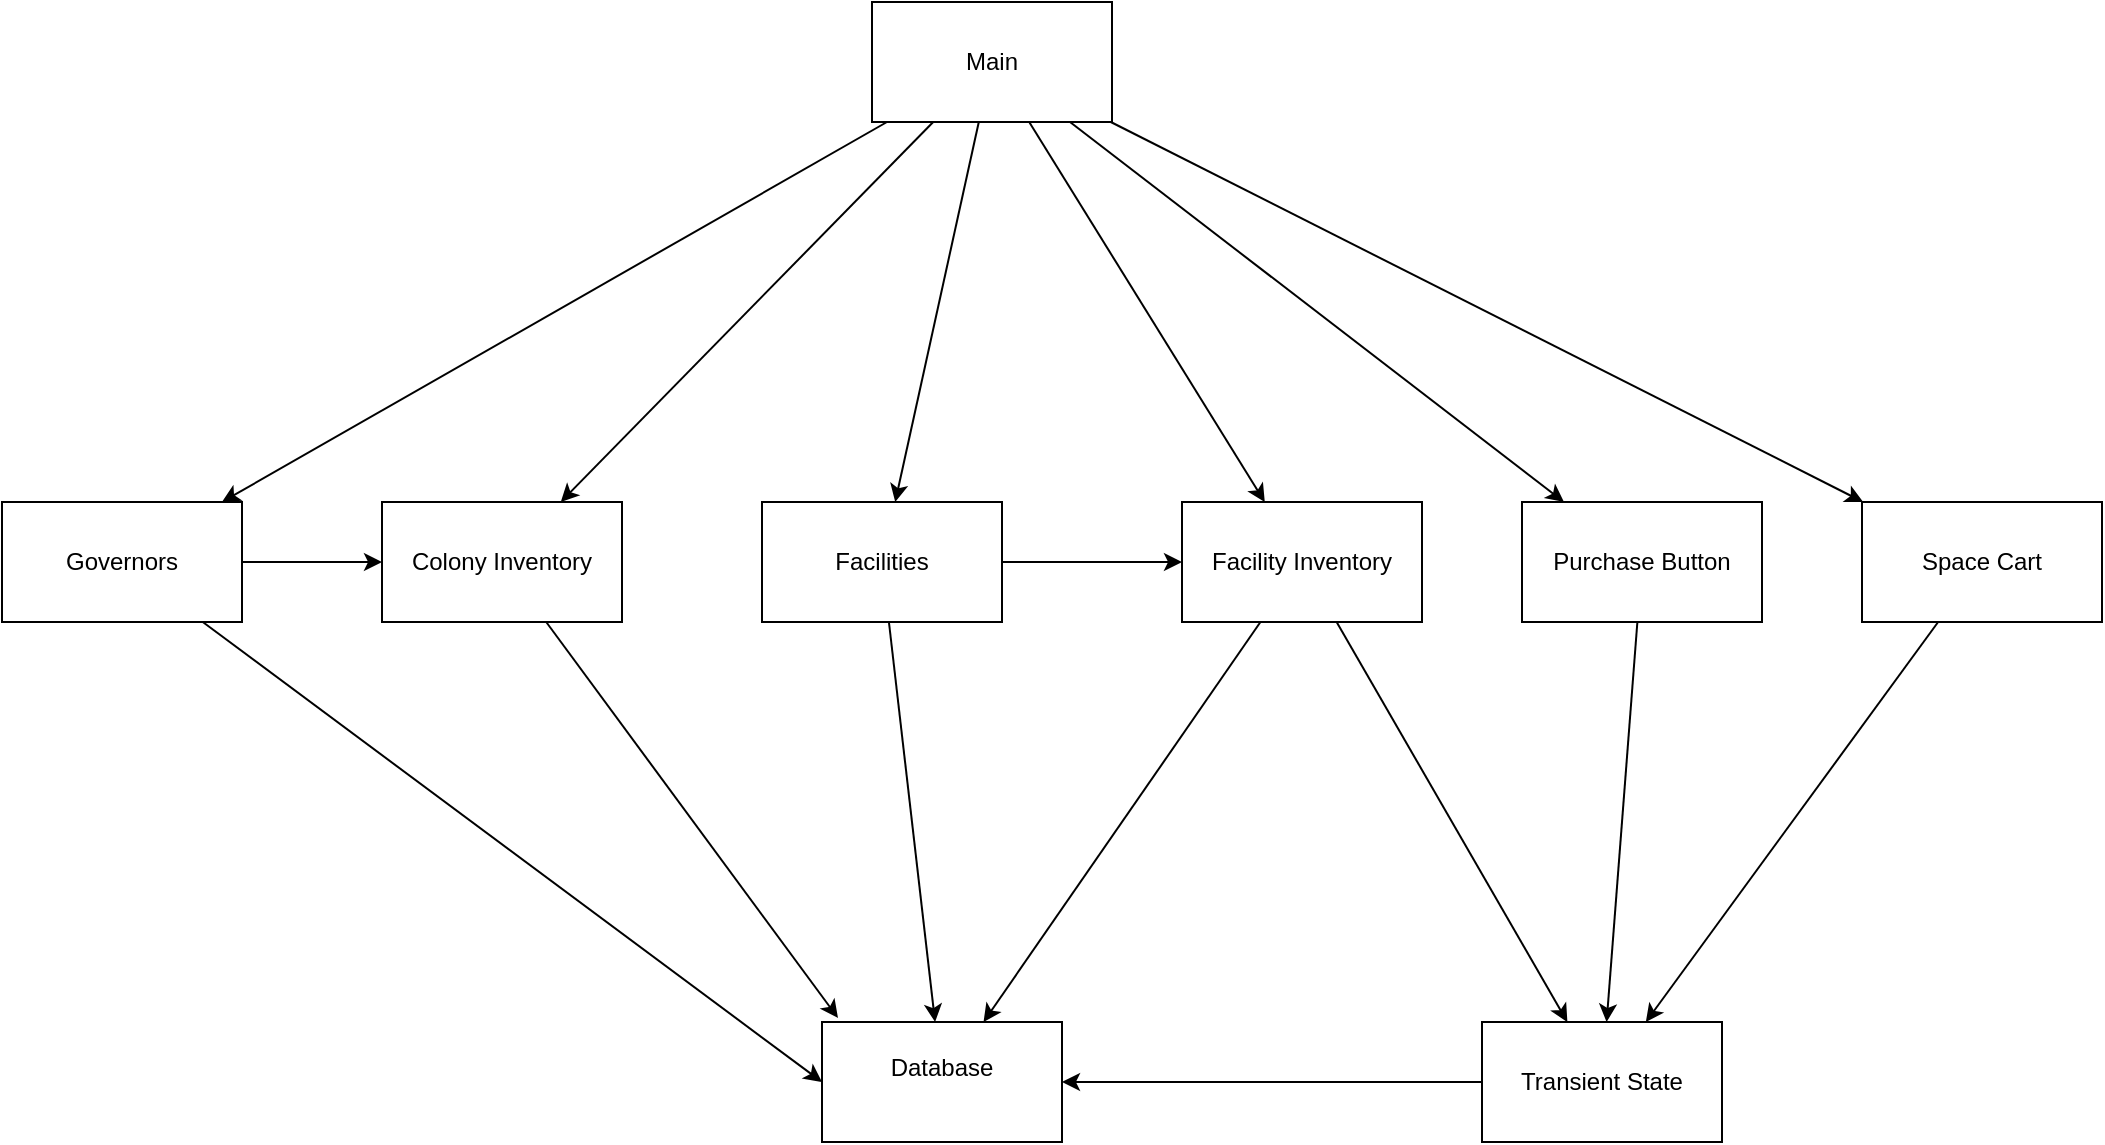
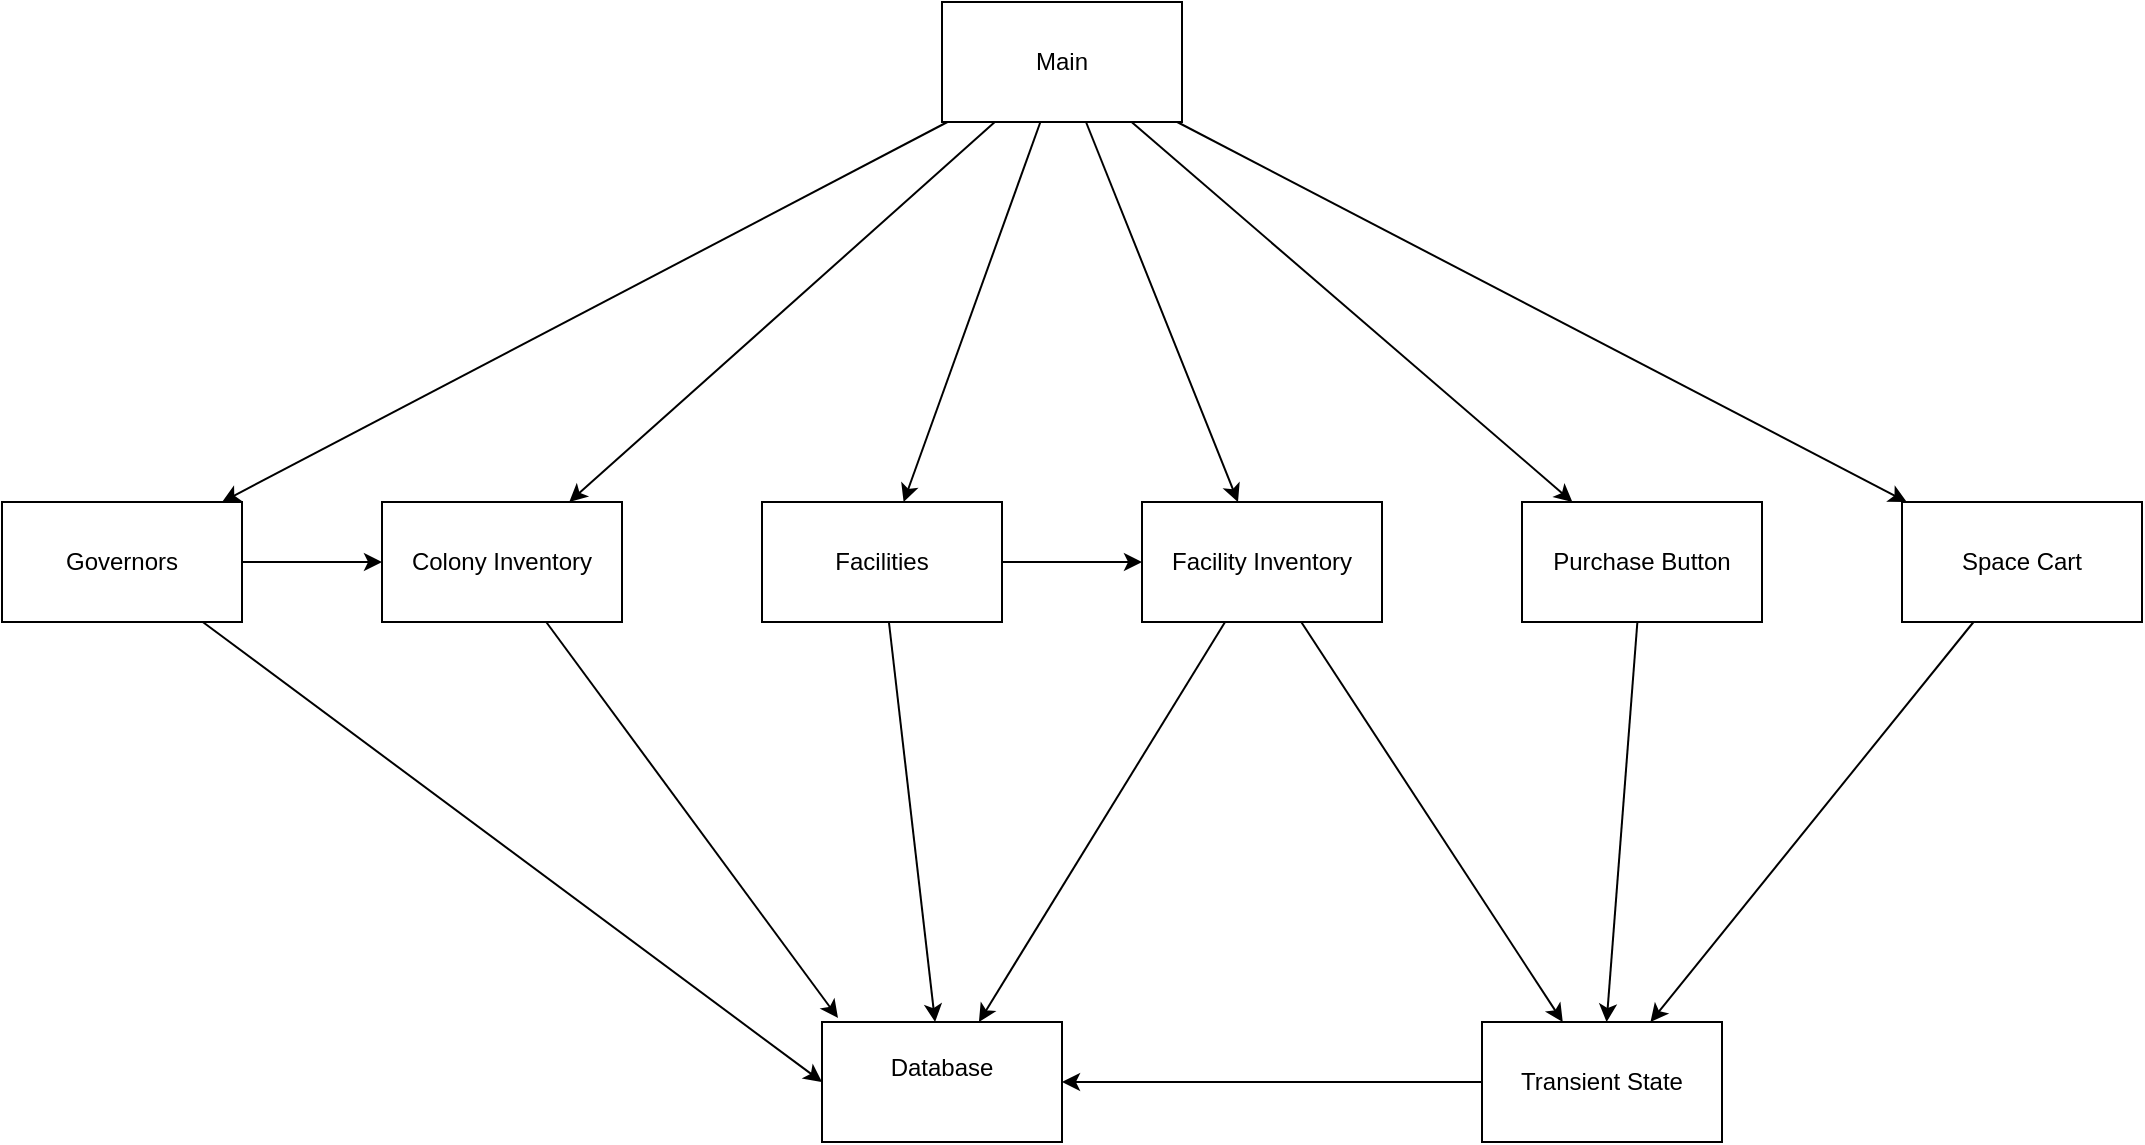
<mxfile host="65bd71144e">
    <diagram id="CEXe-TGoRZALW_dEy2VU" name="Page-1">
-         <mxGraphModel dx="1878" dy="779" grid="1" gridSize="10" guides="1" tooltips="1" connect="1" arrows="1" fold="1" page="1" pageScale="1" pageWidth="850" pageHeight="1100" math="0" shadow="0">
+         <mxGraphModel dx="2236" dy="719" grid="1" gridSize="10" guides="1" tooltips="1" connect="1" arrows="1" fold="1" page="1" pageScale="1" pageWidth="850" pageHeight="1100" math="0" shadow="0">
            <root>
                <mxCell id="0"/>
                <mxCell id="1" parent="0"/>
-                 <mxCell id="10" value="" style="edgeStyle=none;html=1;" edge="1" parent="1" source="2" target="9">
+                 <mxCell id="10" value="" style="edgeStyle=none;html=1;" parent="1" source="2" target="9" edge="1">
                    <mxGeometry relative="1" as="geometry"/>
                </mxCell>
-                 <mxCell id="12" value="" style="edgeStyle=none;html=1;" edge="1" parent="1" source="2" target="11">
+                 <mxCell id="12" value="" style="edgeStyle=none;html=1;" parent="1" source="2" target="11" edge="1">
                    <mxGeometry relative="1" as="geometry"/>
                </mxCell>
-                 <mxCell id="14" value="" style="edgeStyle=none;html=1;" edge="1" parent="1" source="2" target="13">
+                 <mxCell id="14" value="" style="edgeStyle=none;html=1;" parent="1" source="2" target="13" edge="1">
                    <mxGeometry relative="1" as="geometry"/>
                </mxCell>
-                 <mxCell id="16" value="" style="edgeStyle=none;html=1;" edge="1" parent="1" source="2" target="15">
+                 <mxCell id="16" value="" style="edgeStyle=none;html=1;" parent="1" source="2" target="15" edge="1">
                    <mxGeometry relative="1" as="geometry"/>
                </mxCell>
-                 <mxCell id="18" value="" style="edgeStyle=none;html=1;" edge="1" parent="1" source="2" target="17">
+                 <mxCell id="18" value="" style="edgeStyle=none;html=1;" parent="1" source="2" target="17" edge="1">
                    <mxGeometry relative="1" as="geometry"/>
                </mxCell>
-                 <mxCell id="2" value="Main" style="rounded=0;whiteSpace=wrap;html=1;" vertex="1" parent="1">
-                     <mxGeometry x="365" y="90" width="120" height="60" as="geometry"/>
+                 <mxCell id="2" value="Main" style="rounded=0;whiteSpace=wrap;html=1;" parent="1" vertex="1">
+                     <mxGeometry x="400" y="90" width="120" height="60" as="geometry"/>
                </mxCell>
-                 <mxCell id="23" style="edgeStyle=none;html=1;entryX=0;entryY=0.5;entryDx=0;entryDy=0;" edge="1" parent="1" source="4" target="19">
+                 <mxCell id="23" style="edgeStyle=none;html=1;entryX=0;entryY=0.5;entryDx=0;entryDy=0;" parent="1" source="4" target="19" edge="1">
                    <mxGeometry relative="1" as="geometry"/>
                </mxCell>
-                 <mxCell id="32" style="edgeStyle=none;html=1;" edge="1" parent="1" source="4" target="13">
+                 <mxCell id="32" style="edgeStyle=none;html=1;" parent="1" source="4" target="13" edge="1">
                    <mxGeometry relative="1" as="geometry"/>
                </mxCell>
-                 <mxCell id="4" value="Governors" style="rounded=0;whiteSpace=wrap;html=1;" vertex="1" parent="1">
+                 <mxCell id="4" value="Governors" style="rounded=0;whiteSpace=wrap;html=1;" parent="1" vertex="1">
                    <mxGeometry x="-70" y="340" width="120" height="60" as="geometry"/>
                </mxCell>
-                 <mxCell id="31" style="edgeStyle=none;html=1;" edge="1" parent="1" source="9" target="15">
+                 <mxCell id="31" style="edgeStyle=none;html=1;" parent="1" source="9" target="15" edge="1">
                    <mxGeometry relative="1" as="geometry"/>
                </mxCell>
-                 <mxCell id="9" value="Facilities" style="whiteSpace=wrap;html=1;rounded=0;" vertex="1" parent="1">
+                 <mxCell id="9" value="Facilities" style="whiteSpace=wrap;html=1;rounded=0;" parent="1" vertex="1">
                    <mxGeometry x="310" y="340" width="120" height="60" as="geometry"/>
                </mxCell>
-                 <mxCell id="11" value="Space Cart" style="whiteSpace=wrap;html=1;rounded=0;" vertex="1" parent="1">
-                     <mxGeometry x="860" y="340" width="120" height="60" as="geometry"/>
+                 <mxCell id="11" value="Space Cart" style="whiteSpace=wrap;html=1;rounded=0;" parent="1" vertex="1">
+                     <mxGeometry x="880" y="340" width="120" height="60" as="geometry"/>
                </mxCell>
-                 <mxCell id="13" value="Colony Inventory" style="whiteSpace=wrap;html=1;rounded=0;" vertex="1" parent="1">
+                 <mxCell id="13" value="Colony Inventory" style="whiteSpace=wrap;html=1;rounded=0;" parent="1" vertex="1">
                    <mxGeometry x="120" y="340" width="120" height="60" as="geometry"/>
                </mxCell>
-                 <mxCell id="24" style="edgeStyle=none;html=1;" edge="1" parent="1" source="15" target="19">
+                 <mxCell id="24" style="edgeStyle=none;html=1;" parent="1" source="15" target="19" edge="1">
                    <mxGeometry relative="1" as="geometry"/>
                </mxCell>
-                 <mxCell id="29" style="edgeStyle=none;html=1;" edge="1" parent="1" source="15" target="25">
+                 <mxCell id="29" style="edgeStyle=none;html=1;" parent="1" source="15" target="25" edge="1">
                    <mxGeometry relative="1" as="geometry"/>
                </mxCell>
-                 <mxCell id="15" value="Facility Inventory" style="whiteSpace=wrap;html=1;rounded=0;" vertex="1" parent="1">
-                     <mxGeometry x="520" y="340" width="120" height="60" as="geometry"/>
+                 <mxCell id="15" value="Facility Inventory" style="whiteSpace=wrap;html=1;rounded=0;" parent="1" vertex="1">
+                     <mxGeometry x="500" y="340" width="120" height="60" as="geometry"/>
                </mxCell>
-                 <mxCell id="26" value="" style="edgeStyle=none;html=1;" edge="1" parent="1" source="17" target="25">
+                 <mxCell id="26" value="" style="edgeStyle=none;html=1;" parent="1" source="17" target="25" edge="1">
                    <mxGeometry relative="1" as="geometry"/>
                </mxCell>
-                 <mxCell id="17" value="Purchase Button" style="whiteSpace=wrap;html=1;rounded=0;" vertex="1" parent="1">
+                 <mxCell id="17" value="Purchase Button" style="whiteSpace=wrap;html=1;rounded=0;" parent="1" vertex="1">
                    <mxGeometry x="690" y="340" width="120" height="60" as="geometry"/>
                </mxCell>
-                 <mxCell id="19" value="Database&lt;div&gt;&lt;br&gt;&lt;/div&gt;" style="whiteSpace=wrap;html=1;rounded=0;" vertex="1" parent="1">
+                 <mxCell id="19" value="Database&lt;div&gt;&lt;br&gt;&lt;/div&gt;" style="whiteSpace=wrap;html=1;rounded=0;" parent="1" vertex="1">
                    <mxGeometry x="340" y="600" width="120" height="60" as="geometry"/>
                </mxCell>
-                 <mxCell id="21" style="edgeStyle=none;html=1;" edge="1" parent="1" source="13">
+                 <mxCell id="21" style="edgeStyle=none;html=1;" parent="1" source="13" edge="1">
                    <mxGeometry relative="1" as="geometry">
                        <mxPoint x="348" y="598" as="targetPoint"/>
                    </mxGeometry>
                </mxCell>
-                 <mxCell id="22" style="edgeStyle=none;html=1;" edge="1" parent="1" source="9" target="19">
+                 <mxCell id="22" style="edgeStyle=none;html=1;" parent="1" source="9" target="19" edge="1">
                    <mxGeometry relative="1" as="geometry"/>
                </mxCell>
-                 <mxCell id="27" style="edgeStyle=none;html=1;" edge="1" parent="1" source="25" target="19">
+                 <mxCell id="27" style="edgeStyle=none;html=1;" parent="1" source="25" target="19" edge="1">
                    <mxGeometry relative="1" as="geometry"/>
                </mxCell>
-                 <mxCell id="25" value="Transient State" style="whiteSpace=wrap;html=1;rounded=0;" vertex="1" parent="1">
+                 <mxCell id="25" value="Transient State" style="whiteSpace=wrap;html=1;rounded=0;" parent="1" vertex="1">
                    <mxGeometry x="670" y="600" width="120" height="60" as="geometry"/>
                </mxCell>
-                 <mxCell id="34" style="edgeStyle=none;html=1;" edge="1" parent="1" source="11" target="25">
+                 <mxCell id="34" style="edgeStyle=none;html=1;" parent="1" source="11" target="25" edge="1">
                    <mxGeometry relative="1" as="geometry"/>
                </mxCell>
-                 <mxCell id="36" style="edgeStyle=none;html=1;" edge="1" parent="1" source="2">
+                 <mxCell id="36" style="edgeStyle=none;html=1;" parent="1" source="2" edge="1">
                    <mxGeometry relative="1" as="geometry">
                        <mxPoint x="40" y="340" as="targetPoint"/>
                    </mxGeometry>
                </mxCell>
            </root>
        </mxGraphModel>
    </diagram>
</mxfile>